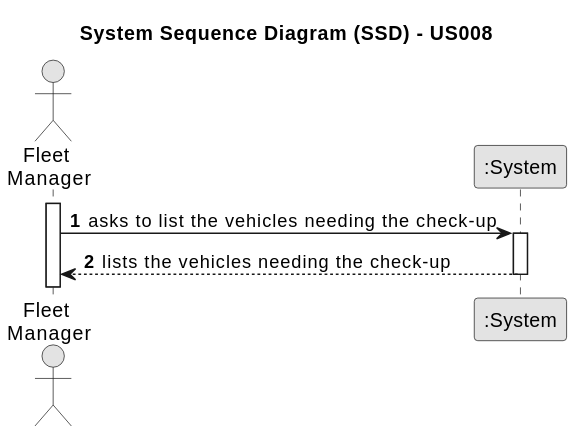
Departamento-de-Engenharia-Informatica/lei-24-s2-1dm-g132 keeps this PlantUML diagram as docs/sprintB/us008/01.requirements-engineering/svg/us008-system-sequence-diagram.svg. Above is the earlier version. The source it was exported from:
```plantuml
@startuml
skinparam monochrome true
skinparam packageStyle rectangle
skinparam shadowing false

title System Sequence Diagram (SSD) - US008

autonumber

actor "Fleet \nManager" as Employee
participant ":System" as System

activate Employee

    Employee -> System : asks to list the vehicles needing the check-up
    activate System

    System --> Employee : lists the vehicles needing the check-up
    deactivate System
@enduml
```
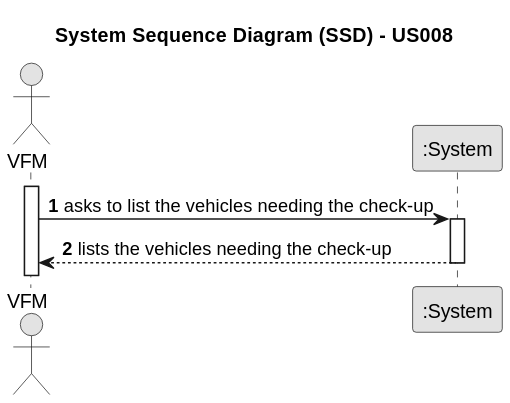
The same file after the commit.

What changed in the source:
```diff
@@ -7,7 +7,7 @@
 
 autonumber
 
-actor "Fleet \nManager" as Employee
+actor "VFM" as Employee
 participant ":System" as System
 
 activate Employee
```
